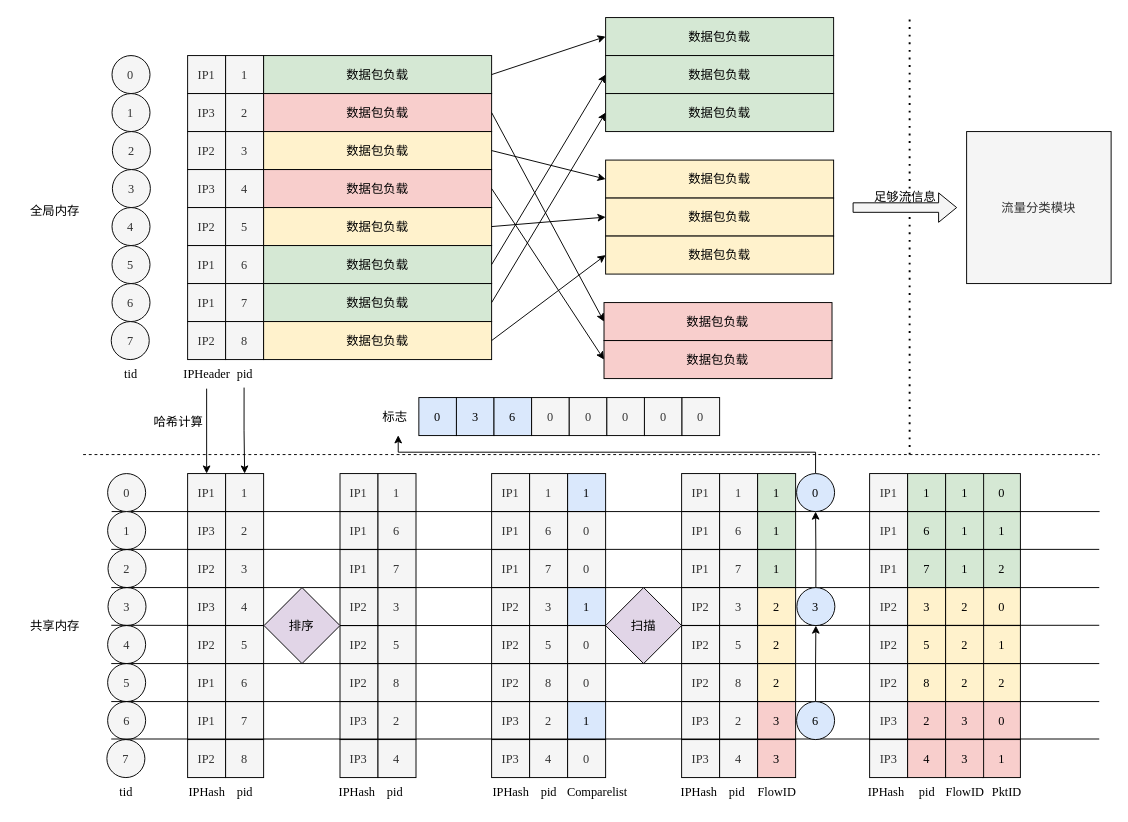
Earlier version of the draw.io diagram page "GPU处理" (29 of 39) of Bakery.drawio (CHRIS123540/CHRIS123540). Source tidied: cells renumbered, new cells numbered last; positions are measured from the earlier drawing's top-left corner, leaving out a move shared by most shapes. Both pictures are drawn from the tidied source at 95%, with x=0, y=0 at pixel (16, 17).
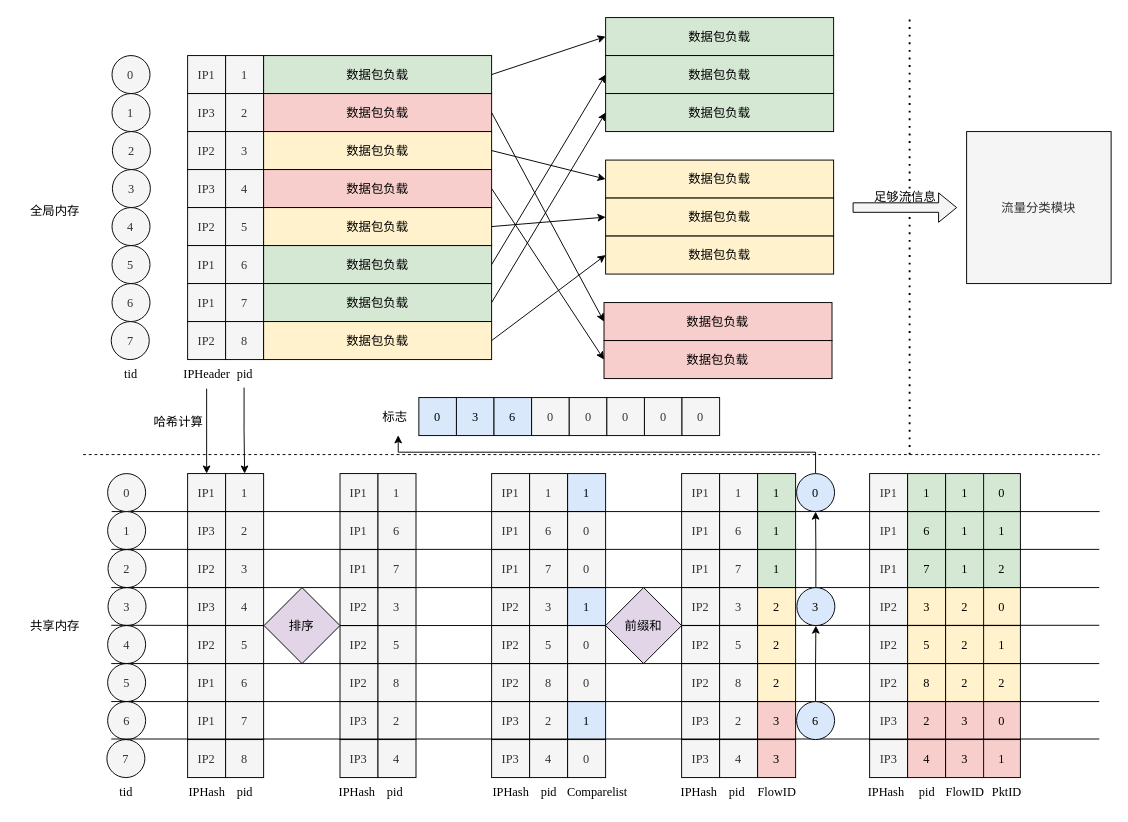
After the change.

What changed in the source:
```diff
@@
-    <mxCell id="214" value="扫描" style="rhombus;whiteSpace=wrap;html=1;fillColor=#e1d5e7;strokeColor=default;fontFamily=Times New Roman;fontSize=13;fontStyle=0;" parent="1" vertex="1">
+    <mxCell id="214" value="前缀和" style="rhombus;whiteSpace=wrap;html=1;fillColor=#e1d5e7;strokeColor=default;fontFamily=Times New Roman;fontSize=13;fontStyle=0;" parent="1" vertex="1">
       <mxGeometry x="620" y="600" width="80" height="80" as="geometry" />
     </mxCell>
```
